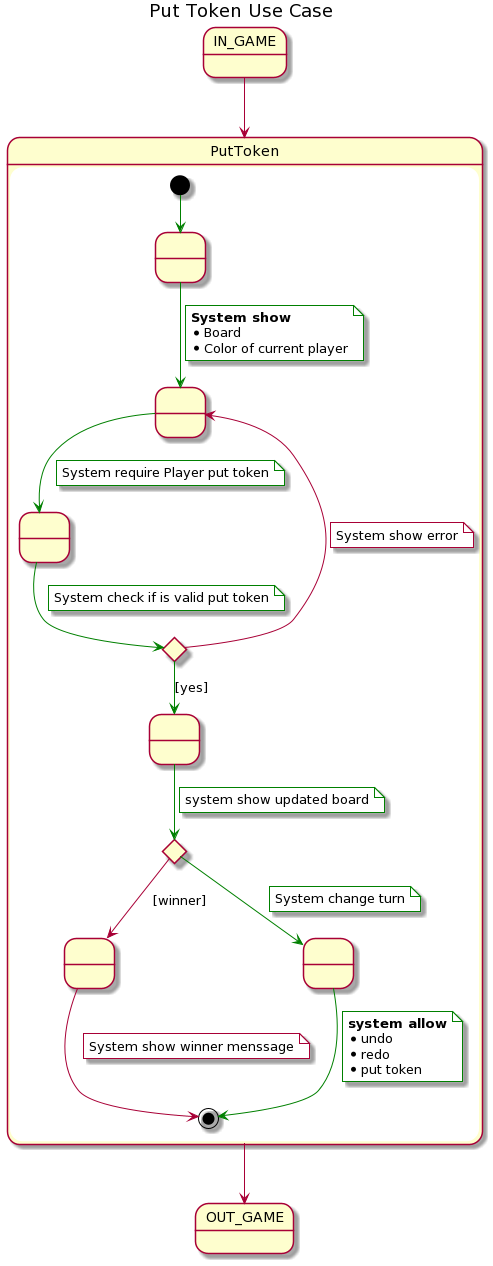
The PlantUML diagram doc/out/casos_uso/putToken.png in hugohg34/conecta4, before a commit.
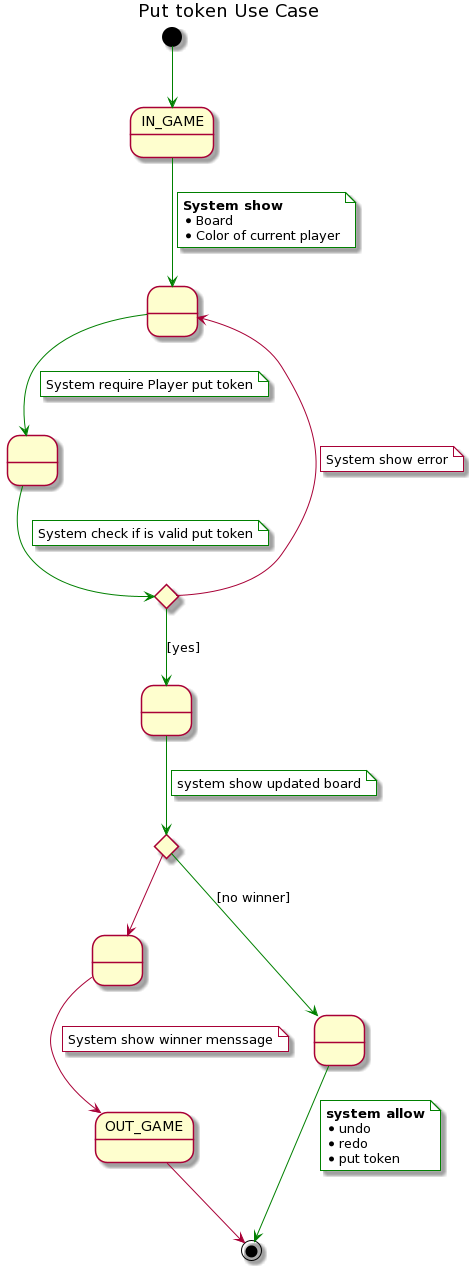
The same diagram one commit later.

Commit message:
add out game state

The edit, as a diff of the source:
```diff
@@ -1,63 +1,43 @@
 @startuml
-title "Put Token Use Case"
+title "Put token Use Case"
 
 state IN_GAME
-state PutToken
+state " " as initial
+state " " as playerPut
+state is_validPut <<choice>>
+state " " as tokenPlaced
+state " " as winner
+state " " as noWinner
+state OUT_GAME
+state is_winner <<choice>>
+[*] -[#green]-> IN_GAME
+IN_GAME -[#green]-> initial
+note on link #white
+	<b>System show</b>
+	* Board
+	* Color of current player
+end note
+initial -[#green]-> playerPut
+note on link #white : System require Player put token
+playerPut -[#green]-> is_validPut
+note on link #white : System check if is valid put token
 
-IN_GAME --> PutToken
-
-state PutToken {
-	state " " as zero
-	state " " as one
-	state " " as two
-	state is_validPut <<choice>>
-	state " " as tree
-	state " " as four
-	state " " as five
-	state is_winner <<choice>>
-	[*] -[#green]-> zero
-	zero -[#green]-> one
+is_validPut -[#green]-> tokenPlaced : [yes]
+	tokenPlaced -[#green]-> is_winner
+	note on link #white : system show updated board
+	is_winner --> winner
+	winner --> OUT_GAME
+	note on link #white : System show winner menssage
+	OUT_GAME --> [*]
+	is_winner -[#green]-> noWinner : [no winner]
+	noWinner -[#green]-> [*]
 	note on link #white
-		<b>System show</b>
-		* Board
-		* Color of current player
-	end note
-	one -[#green]-> two
-	note on link #white
-		System require Player put token
-	end note
-	two -[#green]-> is_validPut
-	note on link #white
-		System check if is valid put token
+		<b>system allow</b>
+		* undo
+		* redo
+		* put token
 	end note
 
-	is_validPut -[#green]-> tree : [yes]
-		tree -[#green]-> is_winner
-		note on link #white
-			system show updated board
-		end note
-		is_winner --> four : [winner]
-		four --> [*]
-		note on link #white
-			System show winner menssage
-		end note
-		is_winner -[#green]-> five
-		note on link #white
-			System change turn
-		end note
-		five -[#green]-> [*]
-		note on link #white
-			<b>system allow</b>
-			* undo
-			* redo
-			* put token
-		end note
-
-	is_validPut --> one
-		note on link #white
-			System show error
-		end note
-}
-
-PutToken --> OUT_GAME
+is_validPut --> initial
+	note on link #white : System show error
 @enduml
```
